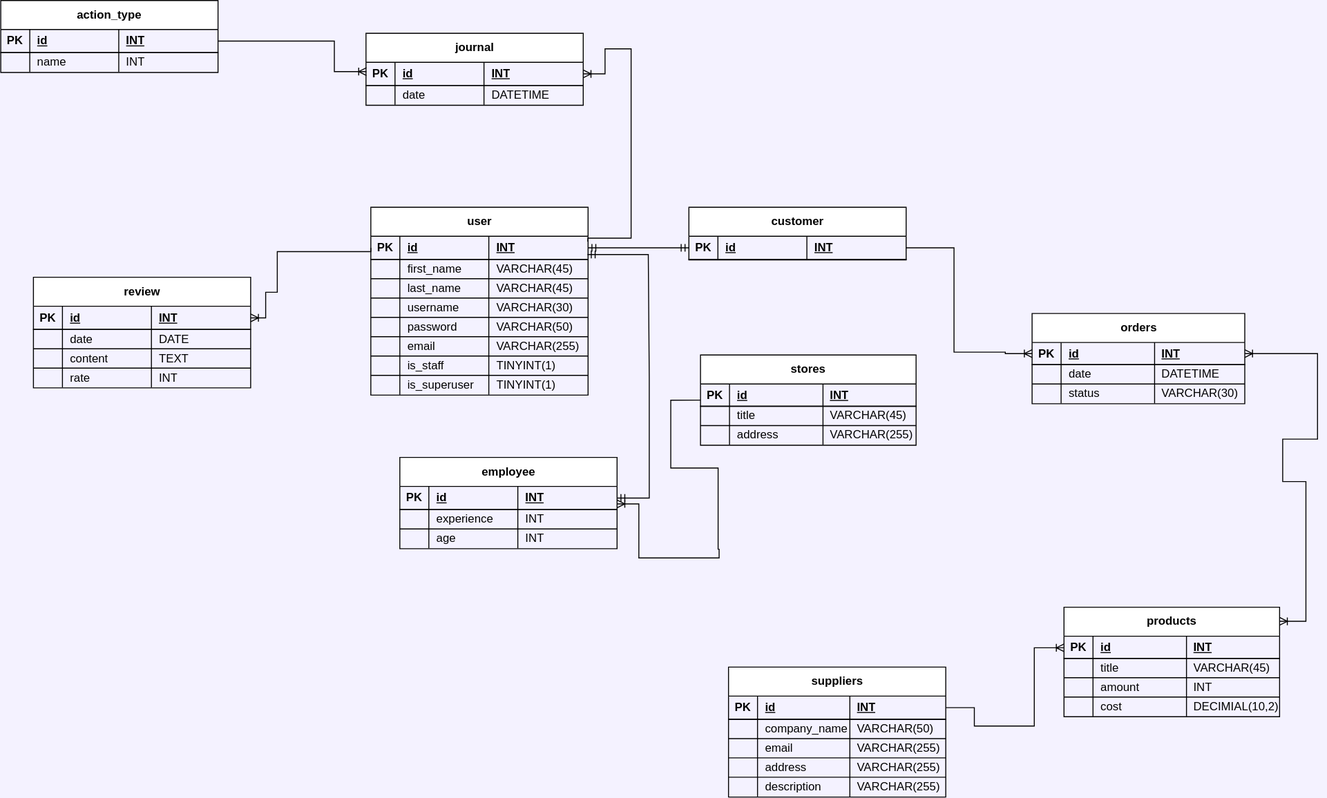
The draw.io diagram DBVersion1.svg in PashaKorotkiy/SUBD, before a commit. Source tidied: cells renumbered, new cells last; positions are measured from the earlier drawing's top-left corner, leaving out a move shared by most shapes.
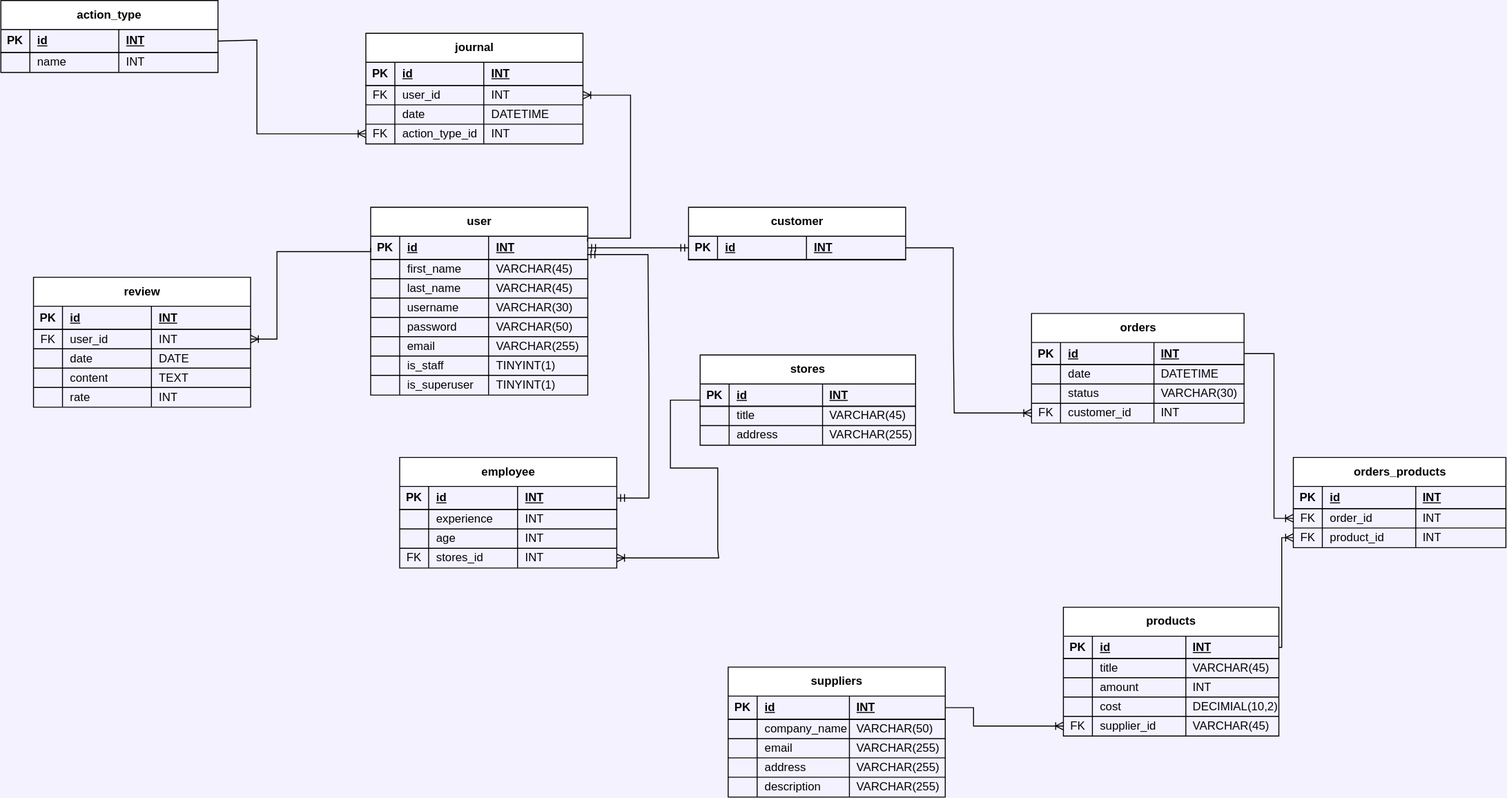
The same diagram one commit later.

Diff of the diagram source:
```diff
@@ -104,3 +104,3 @@
     <mxCell id="35" value="review" style="shape=table;startSize=30;rowLines=1;fontStyle=1;align=center;html=1;" parent="1" vertex="1">
-      <mxGeometry x="33.8" y="286.5" width="224.7" height="114.5" as="geometry" />
+      <mxGeometry x="33.8" y="286.5" width="224.7" height="134.5" as="geometry" />
     </mxCell>
@@ -118,4 +118,16 @@
     </mxCell>
+    <mxCell id="161" style="shape=tableRow;horizontal=0;startSize=0;swimlaneHead=0;swimlaneBody=0;fillColor=none;points=[[0,0.5],[1,0.5]];portConstraint=eastwest;top=0;left=0;right=0;bottom=0;" parent="35" vertex="1">
+      <mxGeometry y="54" width="224.7" height="20" as="geometry" />
+    </mxCell>
+    <mxCell id="162" value="FK" style="shape=partialRectangle;fillColor=none;top=0;left=0;bottom=0;right=0;overflow=hidden;whiteSpace=wrap;html=1;" parent="161" vertex="1">
+      <mxGeometry width="30" height="20" as="geometry" />
+    </mxCell>
+    <mxCell id="163" value="user_id" style="shape=partialRectangle;fillColor=none;top=0;left=0;bottom=0;right=0;align=left;spacingLeft=6;overflow=hidden;whiteSpace=wrap;html=1;" parent="161" vertex="1">
+      <mxGeometry x="30" width="92" height="20" as="geometry" />
+    </mxCell>
+    <mxCell id="164" value="INT" style="shape=partialRectangle;fillColor=none;top=0;left=0;bottom=0;right=0;align=left;spacingLeft=6;overflow=hidden;whiteSpace=wrap;html=1;" parent="161" vertex="1">
+      <mxGeometry x="122" width="102.7" height="20" as="geometry" />
+    </mxCell>
     <mxCell id="40" style="shape=tableRow;horizontal=0;startSize=0;swimlaneHead=0;swimlaneBody=0;fillColor=none;top=0;left=0;right=0;bottom=0;" parent="35" vertex="1">
-      <mxGeometry y="54" width="224.7" height="20" as="geometry" />
+      <mxGeometry y="74" width="224.7" height="20" as="geometry" />
     </mxCell>
@@ -131,3 +143,3 @@
     <mxCell id="44" style="shape=tableRow;horizontal=0;startSize=0;swimlaneHead=0;swimlaneBody=0;fillColor=none;top=0;left=0;right=0;bottom=0;" parent="35" vertex="1">
-      <mxGeometry y="74" width="224.7" height="20" as="geometry" />
+      <mxGeometry y="94" width="224.7" height="20" as="geometry" />
     </mxCell>
@@ -143,3 +155,3 @@
     <mxCell id="48" style="shape=tableRow;horizontal=0;startSize=0;swimlaneHead=0;swimlaneBody=0;fillColor=none;top=0;left=0;right=0;bottom=0;" parent="35" vertex="1">
-      <mxGeometry y="94" width="224.7" height="20" as="geometry" />
+      <mxGeometry y="114" width="224.7" height="20" as="geometry" />
     </mxCell>
@@ -154,10 +166,8 @@
     </mxCell>
-    <mxCell id="52" style="edgeStyle=orthogonalEdgeStyle;fontSize=12;html=1;endArrow=ERoneToMany;rounded=0;exitX=0;exitY=0.5;exitDx=0;exitDy=0;entryX=1;entryY=0.5;entryDx=0;entryDy=0;" parent="1" edge="1" source="3" target="36">
+    <mxCell id="52" style="edgeStyle=orthogonalEdgeStyle;fontSize=12;html=1;endArrow=ERoneToMany;rounded=0;exitX=0;exitY=0.5;exitDx=0;exitDy=0;entryX=1;entryY=0.5;entryDx=0;entryDy=0;" parent="1" edge="1" source="3" target="161">
       <mxGeometry relative="1" as="geometry">
         <Array as="points">
-          <mxPoint x="383" y="260" />
-          <mxPoint x="286" y="260" />
-          <mxPoint x="286" y="302" />
-          <mxPoint x="274" y="302" />
-          <mxPoint x="274" y="329" />
+          <mxPoint x="382.8" y="260" />
+          <mxPoint x="285.8" y="260" />
+          <mxPoint x="285.8" y="351" />
         </Array>
@@ -174,3 +184,3 @@
     <mxCell id="54" value="orders" style="shape=table;startSize=30;rowLines=1;fontStyle=1;align=center;html=1;" parent="1" vertex="1">
-      <mxGeometry x="1066.8" y="324" width="220" height="93.4" as="geometry" />
+      <mxGeometry x="1066.8" y="324" width="220" height="113.4" as="geometry" />
     </mxCell>
@@ -212,3 +222,15 @@
     </mxCell>
+    <mxCell id="165" style="shape=tableRow;horizontal=0;startSize=0;swimlaneHead=0;swimlaneBody=0;fillColor=none;points=[[0,0.5],[1,0.5]];portConstraint=eastwest;top=0;left=0;right=0;bottom=0;" parent="54" vertex="1">
+      <mxGeometry y="93" width="220" height="20" as="geometry" />
+    </mxCell>
+    <mxCell id="166" value="FK" style="shape=partialRectangle;fillColor=none;top=0;left=0;bottom=0;right=0;overflow=hidden;whiteSpace=wrap;html=1;" parent="165" vertex="1">
+      <mxGeometry width="30" height="20" as="geometry" />
+    </mxCell>
+    <mxCell id="167" value="customer_id" style="shape=partialRectangle;fillColor=none;top=0;left=0;bottom=0;right=0;align=left;spacingLeft=6;overflow=hidden;whiteSpace=wrap;html=1;" parent="165" vertex="1">
+      <mxGeometry x="30" width="96.7" height="20" as="geometry" />
+    </mxCell>
+    <mxCell id="168" value="INT" style="shape=partialRectangle;fillColor=none;top=0;left=0;bottom=0;right=0;align=left;spacingLeft=6;overflow=hidden;whiteSpace=wrap;html=1;" parent="165" vertex="1">
+      <mxGeometry x="126.7" width="93.3" height="20" as="geometry" />
+    </mxCell>
-    <mxCell id="67" style="edgeStyle=orthogonalEdgeStyle;fontSize=12;html=1;endArrow=ERoneToMany;rounded=0;entryX=0;entryY=0.5;entryDx=0;entryDy=0;exitX=1;exitY=0.5;exitDx=0;exitDy=0;" parent="1" edge="1" target="55">
+    <mxCell id="67" style="edgeStyle=orthogonalEdgeStyle;fontSize=12;html=1;endArrow=ERoneToMany;rounded=0;entryX=0;entryY=0.5;entryDx=0;entryDy=0;exitX=1;exitY=0.5;exitDx=0;exitDy=0;" parent="1" edge="1" target="165">
       <mxGeometry relative="1" as="geometry">
@@ -216,6 +238,6 @@
         <Array as="points">
-          <mxPoint x="986" y="256" />
-          <mxPoint x="986" y="364" />
-          <mxPoint x="1039" y="364" />
-          <mxPoint x="1039" y="366" />
+          <mxPoint x="985.8" y="256" />
+          <mxPoint x="985.8" y="344" />
+          <mxPoint x="986.8" y="344" />
+          <mxPoint x="986.8" y="427" />
         </Array>
@@ -224,3 +246,3 @@
     <mxCell id="68" value="products" style="shape=table;startSize=30;rowLines=1;fontStyle=1;align=center;html=1;" parent="1" vertex="1">
-      <mxGeometry x="1099.8" y="628" width="223" height="113.4" as="geometry" />
+      <mxGeometry x="1099.8" y="628" width="223" height="133.4" as="geometry" />
     </mxCell>
@@ -274,4 +296,71 @@
     </mxCell>
+    <mxCell id="169" style="shape=tableRow;horizontal=0;startSize=0;swimlaneHead=0;swimlaneBody=0;fillColor=none;points=[[0,0.5],[1,0.5]];portConstraint=eastwest;top=0;left=0;right=0;bottom=0;" parent="68" vertex="1">
+      <mxGeometry y="113" width="223" height="20" as="geometry" />
+    </mxCell>
+    <mxCell id="170" value="FK" style="shape=partialRectangle;fillColor=none;top=0;left=0;bottom=0;right=0;overflow=hidden;whiteSpace=wrap;html=1;" parent="169" vertex="1">
+      <mxGeometry width="30" height="20" as="geometry" />
+    </mxCell>
+    <mxCell id="171" value="supplier_id" style="shape=partialRectangle;fillColor=none;top=0;left=0;bottom=0;right=0;align=left;spacingLeft=6;overflow=hidden;whiteSpace=wrap;html=1;" parent="169" vertex="1">
+      <mxGeometry x="30" width="96.7" height="20" as="geometry" />
+    </mxCell>
+    <mxCell id="172" value="VARCHAR(45)" style="shape=partialRectangle;fillColor=none;top=0;left=0;bottom=0;right=0;align=left;spacingLeft=6;overflow=hidden;whiteSpace=wrap;html=1;" parent="169" vertex="1">
+      <mxGeometry x="126.7" width="96.3" height="20" as="geometry" />
+    </mxCell>
+    <mxCell id="173" value="orders_products" style="shape=table;startSize=30;rowLines=1;fontStyle=1;align=center;html=1;" parent="1" vertex="1">
+      <mxGeometry x="1337.8" y="473" width="220" height="93.4" as="geometry" />
+    </mxCell>
+    <mxCell id="174" style="shape=tableRow;horizontal=0;startSize=0;swimlaneHead=0;swimlaneBody=0;fillColor=none;top=0;left=0;right=0;bottom=1;" parent="173" vertex="1">
+      <mxGeometry y="30" width="220" height="23" as="geometry" />
+    </mxCell>
+    <mxCell id="175" value="PK" style="shape=partialRectangle;fillColor=none;top=0;left=0;bottom=0;right=0;fontStyle=1;overflow=hidden;whiteSpace=wrap;html=1;" parent="174" vertex="1">
+      <mxGeometry width="30" height="23" as="geometry" />
+    </mxCell>
+    <mxCell id="176" value="id" style="shape=partialRectangle;fillColor=none;top=0;left=0;bottom=0;right=0;align=left;spacingLeft=6;fontStyle=5;overflow=hidden;whiteSpace=wrap;html=1;" parent="174" vertex="1">
+      <mxGeometry x="30" width="96.7" height="23" as="geometry" />
+    </mxCell>
+    <mxCell id="177" value="INT" style="shape=partialRectangle;fillColor=none;top=0;left=0;bottom=0;right=0;align=left;spacingLeft=6;fontStyle=5;overflow=hidden;whiteSpace=wrap;html=1;" parent="174" vertex="1">
+      <mxGeometry x="126.7" width="93.3" height="23" as="geometry" />
+    </mxCell>
+    <mxCell id="178" style="shape=tableRow;horizontal=0;startSize=0;swimlaneHead=0;swimlaneBody=0;fillColor=none;points=[[0,0.5],[1,0.5]];portConstraint=eastwest;top=0;left=0;right=0;bottom=0;" parent="173" vertex="1">
+      <mxGeometry y="53" width="220" height="20" as="geometry" />
+    </mxCell>
+    <mxCell id="179" value="FK" style="shape=partialRectangle;fillColor=none;top=0;left=0;bottom=0;right=0;overflow=hidden;whiteSpace=wrap;html=1;" parent="178" vertex="1">
+      <mxGeometry width="30" height="20" as="geometry" />
+    </mxCell>
+    <mxCell id="180" value="order_id" style="shape=partialRectangle;fillColor=none;top=0;left=0;bottom=0;right=0;align=left;spacingLeft=6;overflow=hidden;whiteSpace=wrap;html=1;" parent="178" vertex="1">
+      <mxGeometry x="30" width="96.7" height="20" as="geometry" />
+    </mxCell>
+    <mxCell id="181" value="INT" style="shape=partialRectangle;fillColor=none;top=0;left=0;bottom=0;right=0;align=left;spacingLeft=6;overflow=hidden;whiteSpace=wrap;html=1;" parent="178" vertex="1">
+      <mxGeometry x="126.7" width="93.3" height="20" as="geometry" />
+    </mxCell>
+    <mxCell id="182" style="shape=tableRow;horizontal=0;startSize=0;swimlaneHead=0;swimlaneBody=0;fillColor=none;points=[[0,0.5],[1,0.5]];portConstraint=eastwest;top=0;left=0;right=0;bottom=0;" parent="173" vertex="1">
+      <mxGeometry y="73" width="220" height="20" as="geometry" />
+    </mxCell>
+    <mxCell id="183" value="FK" style="shape=partialRectangle;fillColor=none;top=0;left=0;bottom=0;right=0;overflow=hidden;whiteSpace=wrap;html=1;" parent="182" vertex="1">
+      <mxGeometry width="30" height="20" as="geometry" />
+    </mxCell>
+    <mxCell id="184" value="product_id" style="shape=partialRectangle;fillColor=none;top=0;left=0;bottom=0;right=0;align=left;spacingLeft=6;overflow=hidden;whiteSpace=wrap;html=1;" parent="182" vertex="1">
+      <mxGeometry x="30" width="96.7" height="20" as="geometry" />
+    </mxCell>
+    <mxCell id="185" value="INT" style="shape=partialRectangle;fillColor=none;top=0;left=0;bottom=0;right=0;align=left;spacingLeft=6;overflow=hidden;whiteSpace=wrap;html=1;" parent="182" vertex="1">
+      <mxGeometry x="126.7" width="93.3" height="20" as="geometry" />
+    </mxCell>
+    <mxCell id="186" style="edgeStyle=orthogonalEdgeStyle;fontSize=12;html=1;endArrow=ERoneToMany;rounded=0;entryX=0;entryY=0.5;entryDx=0;entryDy=0;exitX=1;exitY=0.5;exitDx=0;exitDy=0;" parent="1" edge="1" source="55" target="178">
+      <mxGeometry relative="1" as="geometry">
+        <Array as="points">
+          <mxPoint x="1317.8" y="366" />
+          <mxPoint x="1317.8" y="536" />
+        </Array>
+      </mxGeometry>
+    </mxCell>
+    <mxCell id="187" style="edgeStyle=orthogonalEdgeStyle;fontSize=12;html=1;endArrow=ERoneToMany;rounded=0;entryX=0;entryY=0.5;entryDx=0;entryDy=0;exitX=1;exitY=0.5;exitDx=0;exitDy=0;" parent="1" edge="1" source="69" target="182">
+      <mxGeometry relative="1" as="geometry">
+        <Array as="points">
+          <mxPoint x="1325.8" y="670" />
+          <mxPoint x="1325.8" y="556" />
+        </Array>
+      </mxGeometry>
+    </mxCell>
     <mxCell id="85" value="employee" style="shape=table;startSize=30;rowLines=1;fontStyle=1;align=center;html=1;" parent="1" vertex="1">
-      <mxGeometry x="412.8" y="473" width="224.7" height="94.5" as="geometry" />
+      <mxGeometry x="412.8" y="473" width="224.7" height="114.5" as="geometry" />
     </mxCell>
@@ -313,2 +402,14 @@
     </mxCell>
+    <mxCell id="188" style="shape=tableRow;horizontal=0;startSize=0;swimlaneHead=0;swimlaneBody=0;fillColor=none;points=[[0,0.5],[1,0.5]];portConstraint=eastwest;top=0;left=0;right=0;bottom=0;" parent="85" vertex="1">
+      <mxGeometry y="94" width="224.7" height="20" as="geometry" />
+    </mxCell>
+    <mxCell id="189" value="FK" style="shape=partialRectangle;fillColor=none;top=0;left=0;bottom=0;right=0;overflow=hidden;whiteSpace=wrap;html=1;" parent="188" vertex="1">
+      <mxGeometry width="30" height="20" as="geometry" />
+    </mxCell>
+    <mxCell id="190" value="stores_id" style="shape=partialRectangle;fillColor=none;top=0;left=0;bottom=0;right=0;align=left;spacingLeft=6;overflow=hidden;whiteSpace=wrap;html=1;" parent="188" vertex="1">
+      <mxGeometry x="30" width="92" height="20" as="geometry" />
+    </mxCell>
+    <mxCell id="191" value="INT" style="shape=partialRectangle;fillColor=none;top=0;left=0;bottom=0;right=0;align=left;spacingLeft=6;overflow=hidden;whiteSpace=wrap;html=1;" parent="188" vertex="1">
+      <mxGeometry x="122" width="102.7" height="20" as="geometry" />
+    </mxCell>
     <mxCell id="98" style="fontSize=12;html=1;endArrow=ERmandOne;startArrow=ERmandOne;rounded=0;entryX=1;entryY=0.5;entryDx=0;entryDy=0;exitX=0.997;exitY=0.789;exitDx=0;exitDy=0;exitPerimeter=0;" parent="1" edge="1" source="3" target="86">
@@ -385,10 +486,7 @@
     </mxCell>
-    <mxCell id="120" style="edgeStyle=orthogonalEdgeStyle;fontSize=12;html=1;endArrow=ERoneToMany;rounded=0;entryX=0;entryY=0.5;entryDx=0;entryDy=0;exitX=1;exitY=0.5;exitDx=0;exitDy=0;" parent="1" edge="1" source="100" target="69">
+    <mxCell id="120" style="edgeStyle=orthogonalEdgeStyle;fontSize=12;html=1;endArrow=ERoneToMany;rounded=0;entryX=0;entryY=0.5;entryDx=0;entryDy=0;exitX=1;exitY=0.5;exitDx=0;exitDy=0;" parent="1" edge="1" source="100" target="169">
       <mxGeometry relative="1" as="geometry">
         <Array as="points">
-          <mxPoint x="1007" y="732" />
-          <mxPoint x="1007" y="751" />
-          <mxPoint x="1069" y="751" />
-          <mxPoint x="1069" y="670" />
-          <mxPoint x="1100" y="670" />
+          <mxPoint x="1006.8" y="732" />
+          <mxPoint x="1006.8" y="751" />
         </Array>
@@ -424,3 +522,3 @@
     <mxCell id="130" value="journal" style="shape=table;startSize=30;rowLines=1;fontStyle=1;align=center;html=1;" parent="1" vertex="1">
-      <mxGeometry x="377.8" y="34" width="224.7" height="74.5" as="geometry" />
+      <mxGeometry x="377.8" y="34" width="224.7" height="114.5" as="geometry" />
     </mxCell>
@@ -438,4 +536,16 @@
     </mxCell>
+    <mxCell id="192" style="shape=tableRow;horizontal=0;startSize=0;swimlaneHead=0;swimlaneBody=0;fillColor=none;points=[[0,0.5],[1,0.5]];portConstraint=eastwest;top=0;left=0;right=0;bottom=0;" parent="130" vertex="1">
+      <mxGeometry y="54" width="224.7" height="20" as="geometry" />
+    </mxCell>
+    <mxCell id="193" value="FK" style="shape=partialRectangle;fillColor=none;top=0;left=0;bottom=0;right=0;overflow=hidden;whiteSpace=wrap;html=1;" parent="192" vertex="1">
+      <mxGeometry width="30" height="20" as="geometry" />
+    </mxCell>
+    <mxCell id="194" value="user_id" style="shape=partialRectangle;fillColor=none;top=0;left=0;bottom=0;right=0;align=left;spacingLeft=6;overflow=hidden;whiteSpace=wrap;html=1;" parent="192" vertex="1">
+      <mxGeometry x="30" width="92" height="20" as="geometry" />
+    </mxCell>
+    <mxCell id="195" value="INT" style="shape=partialRectangle;fillColor=none;top=0;left=0;bottom=0;right=0;align=left;spacingLeft=6;overflow=hidden;whiteSpace=wrap;html=1;" parent="192" vertex="1">
+      <mxGeometry x="122" width="102.7" height="20" as="geometry" />
+    </mxCell>
     <mxCell id="135" style="shape=tableRow;horizontal=0;startSize=0;swimlaneHead=0;swimlaneBody=0;fillColor=none;top=0;left=0;right=0;bottom=0;" parent="130" vertex="1">
-      <mxGeometry y="54" width="224.7" height="20" as="geometry" />
+      <mxGeometry y="74" width="224.7" height="20" as="geometry" />
     </mxCell>
@@ -450,7 +560,20 @@
     </mxCell>
+    <mxCell id="196" style="shape=tableRow;horizontal=0;startSize=0;swimlaneHead=0;swimlaneBody=0;fillColor=none;points=[[0,0.5],[1,0.5]];portConstraint=eastwest;top=0;left=0;right=0;bottom=0;" parent="130" vertex="1">
+      <mxGeometry y="94" width="224.7" height="20" as="geometry" />
+    </mxCell>
+    <mxCell id="197" value="FK" style="shape=partialRectangle;fillColor=none;top=0;left=0;bottom=0;right=0;overflow=hidden;whiteSpace=wrap;html=1;" parent="196" vertex="1">
+      <mxGeometry width="30" height="20" as="geometry" />
+    </mxCell>
+    <mxCell id="198" value="action_type_id" style="shape=partialRectangle;fillColor=none;top=0;left=0;bottom=0;right=0;align=left;spacingLeft=6;overflow=hidden;whiteSpace=wrap;html=1;" parent="196" vertex="1">
+      <mxGeometry x="30" width="92" height="20" as="geometry" />
+    </mxCell>
+    <mxCell id="199" value="INT" style="shape=partialRectangle;fillColor=none;top=0;left=0;bottom=0;right=0;align=left;spacingLeft=6;overflow=hidden;whiteSpace=wrap;html=1;" parent="196" vertex="1">
+      <mxGeometry x="122" width="102.7" height="20" as="geometry" />
+    </mxCell>
-    <mxCell id="139" style="edgeStyle=orthogonalEdgeStyle;fontSize=12;html=1;endArrow=ERoneToMany;rounded=0;entryX=0.002;entryY=0.4;entryDx=0;entryDy=0;exitX=1;exitY=0.5;exitDx=0;exitDy=0;entryPerimeter=0;" parent="1" edge="1" source="122" target="131">
+    <mxCell id="139" style="edgeStyle=orthogonalEdgeStyle;fontSize=12;html=1;endArrow=ERoneToMany;rounded=0;entryX=0;entryY=0.5;entryDx=0;entryDy=0;exitX=1;exitY=0.5;exitDx=0;exitDy=0;" parent="1" edge="1" source="122" target="196">
       <mxGeometry relative="1" as="geometry">
         <Array as="points">
-          <mxPoint x="345" y="42" />
-          <mxPoint x="345" y="74" />
+          <mxPoint x="225" y="41" />
+          <mxPoint x="265" y="41" />
+          <mxPoint x="265" y="138" />
         </Array>
@@ -458,10 +581,8 @@
     </mxCell>
-    <mxCell id="140" style="edgeStyle=orthogonalEdgeStyle;fontSize=12;html=1;endArrow=ERoneToMany;rounded=0;entryX=1;entryY=0.5;entryDx=0;entryDy=0;exitX=0.999;exitY=0.23;exitDx=0;exitDy=0;exitPerimeter=0;" parent="1" edge="1" source="3" target="131">
+    <mxCell id="140" style="edgeStyle=orthogonalEdgeStyle;fontSize=12;html=1;endArrow=ERoneToMany;rounded=0;entryX=1;entryY=0.5;entryDx=0;entryDy=0;exitX=0.999;exitY=0.23;exitDx=0;exitDy=0;exitPerimeter=0;" parent="1" edge="1" source="3" target="192">
       <mxGeometry relative="1" as="geometry">
         <Array as="points">
-          <mxPoint x="607" y="246" />
-          <mxPoint x="652" y="246" />
-          <mxPoint x="652" y="50" />
-          <mxPoint x="625" y="50" />
-          <mxPoint x="625" y="76" />
+          <mxPoint x="607.8" y="246" />
+          <mxPoint x="651.8" y="246" />
+          <mxPoint x="651.8" y="98" />
         </Array>
@@ -523,3 +644,3 @@
     </mxCell>
-    <mxCell id="159" style="edgeStyle=orthogonalEdgeStyle;fontSize=12;html=1;endArrow=ERoneToMany;rounded=0;exitX=0;exitY=0.5;exitDx=0;exitDy=0;entryX=1;entryY=0.753;entryDx=0;entryDy=0;entryPerimeter=0;" parent="1" edge="1" source="141" target="86">
+    <mxCell id="159" style="edgeStyle=orthogonalEdgeStyle;fontSize=12;html=1;endArrow=ERoneToMany;rounded=0;entryX=1;entryY=0.5;entryDx=0;entryDy=0;exitX=0;exitY=0.5;exitDx=0;exitDy=0;" parent="1" edge="1" source="141" target="188">
       <mxGeometry relative="1" as="geometry">
@@ -532,4 +653,2 @@
           <mxPoint x="743" y="577" />
-          <mxPoint x="660" y="577" />
-          <mxPoint x="660" y="521" />
         </Array>
@@ -537,14 +656,2 @@
     </mxCell>
-    <mxCell id="160" style="edgeStyle=orthogonalEdgeStyle;fontSize=12;html=1;endArrow=ERoneToMany;rounded=0;entryX=1;entryY=0.5;entryDx=0;entryDy=0;startArrow=ERoneToMany;startFill=0;exitX=1;exitY=0.129;exitDx=0;exitDy=0;exitPerimeter=0;" parent="1" edge="1" source="68" target="55">
-      <mxGeometry relative="1" as="geometry">
-        <Array as="points">
-          <mxPoint x="1350" y="643" />
-          <mxPoint x="1350" y="498" />
-          <mxPoint x="1326" y="498" />
-          <mxPoint x="1326" y="454" />
-          <mxPoint x="1362" y="454" />
-          <mxPoint x="1362" y="366" />
-        </Array>
-      </mxGeometry>
-    </mxCell>
   </root>
```
